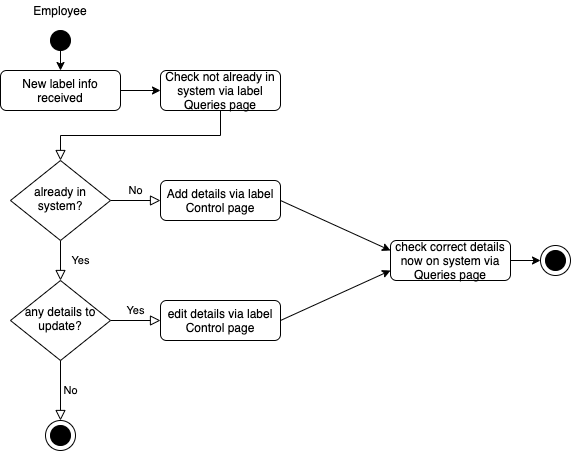
The draw.io diagram Activity Diagram new label.png in RatBoyJim/GoldSoundz, before a commit. Source tidied: cells renumbered, new cells last; positions are measured from the earlier drawing's top-left corner, leaving out a move shared by most shapes.
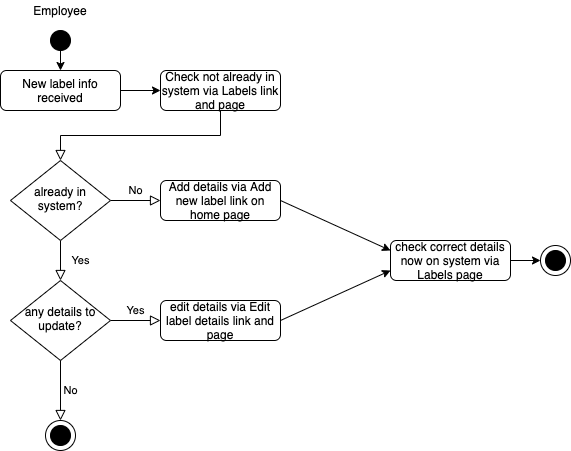
The same file after the commit.

What changed in the source:
```diff
@@ -17,7 +17,7 @@
     <mxCell id="6" value="already in system?" style="rhombus;whiteSpace=wrap;html=1;shadow=0;fontFamily=Helvetica;fontSize=12;align=center;strokeWidth=1;spacing=6;spacingTop=-4;" parent="1" vertex="1">
       <mxGeometry x="10" y="160" width="100" height="80" as="geometry" />
     </mxCell>
-    <mxCell id="7" value="Add details via label Control page" style="rounded=1;whiteSpace=wrap;html=1;fontSize=12;glass=0;strokeWidth=1;shadow=0;" parent="1" vertex="1">
+    <mxCell id="7" value="Add details via Add new label link on home page" style="rounded=1;whiteSpace=wrap;html=1;fontSize=12;glass=0;strokeWidth=1;shadow=0;" parent="1" vertex="1">
       <mxGeometry x="160" y="180" width="120" height="40" as="geometry" />
     </mxCell>
     <mxCell id="8" value="Yes" style="edgeStyle=orthogonalEdgeStyle;rounded=0;html=1;jettySize=auto;fontSize=11;endArrow=block;endFill=0;endSize=8;strokeWidth=1;shadow=0;labelBackgroundColor=none;" parent="1" edge="1" source="9" target="11">
@@ -26,13 +26,13 @@
     <mxCell id="9" value="any details to update?" style="rhombus;whiteSpace=wrap;html=1;shadow=0;fontFamily=Helvetica;fontSize=12;align=center;strokeWidth=1;spacing=6;spacingTop=-4;" parent="1" vertex="1">
       <mxGeometry x="10" y="280" width="100" height="80" as="geometry" />
     </mxCell>
-    <mxCell id="10" value="check correct details now on system via Queries page" style="rounded=1;whiteSpace=wrap;html=1;fontSize=12;glass=0;strokeWidth=1;shadow=0;" parent="1" vertex="1">
+    <mxCell id="10" value="check correct details now on system via Labels page" style="rounded=1;whiteSpace=wrap;html=1;fontSize=12;glass=0;strokeWidth=1;shadow=0;" parent="1" vertex="1">
       <mxGeometry x="390" y="240" width="120" height="40" as="geometry" />
     </mxCell>
-    <mxCell id="11" value="edit details via label Control page" style="rounded=1;whiteSpace=wrap;html=1;fontSize=12;glass=0;strokeWidth=1;shadow=0;" parent="1" vertex="1">
+    <mxCell id="11" value="edit details via Edit label details link and page" style="rounded=1;whiteSpace=wrap;html=1;fontSize=12;glass=0;strokeWidth=1;shadow=0;" parent="1" vertex="1">
       <mxGeometry x="160" y="300" width="120" height="40" as="geometry" />
     </mxCell>
-    <mxCell id="12" value="Check not already in system via label Queries page" style="rounded=1;whiteSpace=wrap;html=1;fontSize=12;glass=0;strokeWidth=1;shadow=0;" parent="1" vertex="1">
+    <mxCell id="12" value="Check not already in system via Labels link and page" style="rounded=1;whiteSpace=wrap;html=1;fontSize=12;glass=0;strokeWidth=1;shadow=0;" parent="1" vertex="1">
       <mxGeometry x="160" y="70" width="120" height="40" as="geometry" />
     </mxCell>
     <mxCell id="13" style="endArrow=classic;html=1;entryX=0;entryY=0.5;entryDx=0;entryDy=0;" parent="1" edge="1" target="12">
```
